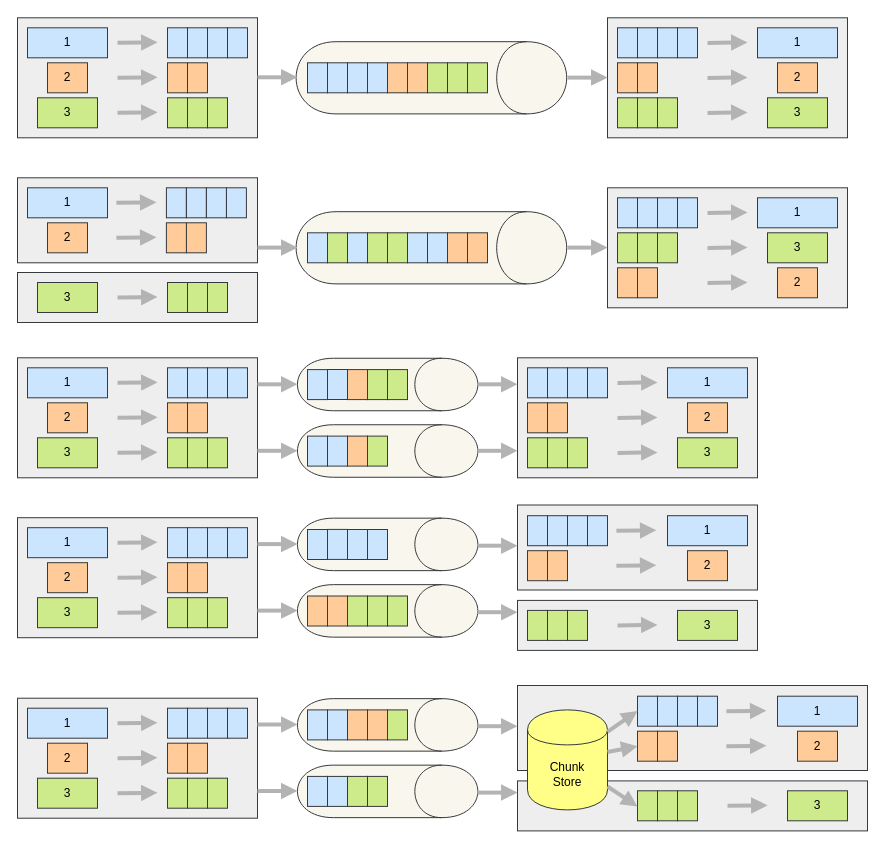
BEagle1984/silverback keeps this draw.io diagram as page "Chunking" (4 of 7) of docs/_docs/diagrams/silverback-usecases.drawio. Above is the earlier version. Source tidied: cells renumbered, new cells numbered last; positions are measured from the earlier drawing's top-left corner, leaving out a move shared by most shapes. Both pictures are drawn from the tidied source at 100%, with x=0, y=0 at pixel (17, -58).
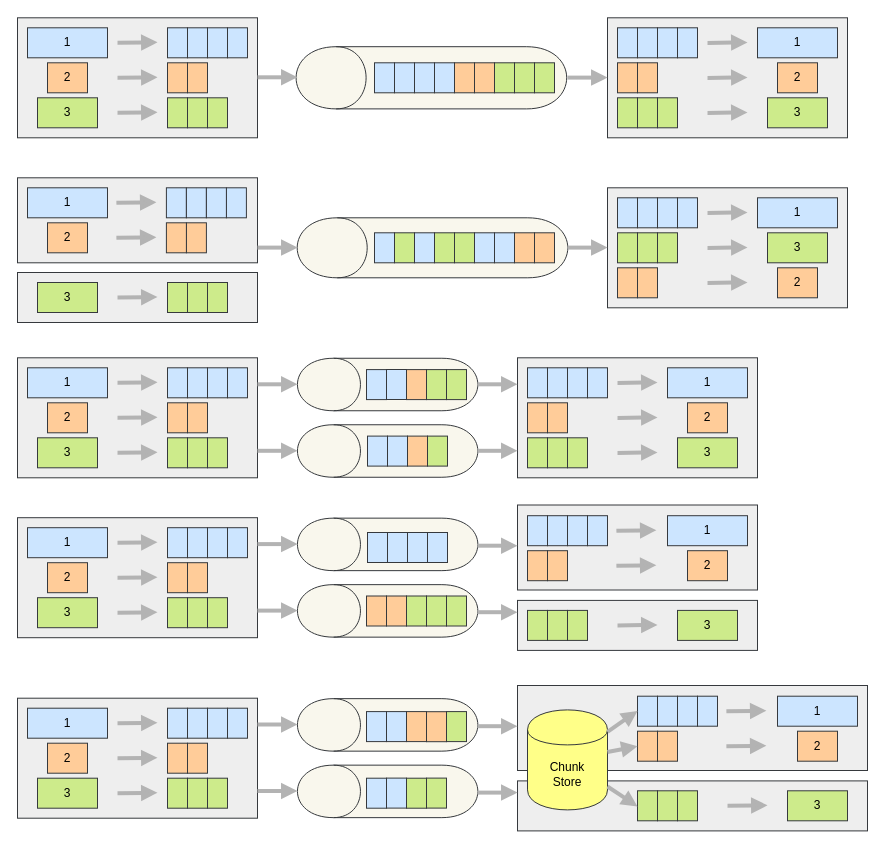
After the change.

Change to the diagram source:
```diff
@@
-    <mxCell id="9" style="shape=cylinder;whiteSpace=wrap;html=1;boundedLbl=1;backgroundOutline=1;rotation=90;fillColor=#f9f7ed;strokeColor=#36393d;" parent="1" vertex="1">
-      <mxGeometry x="377.8" width="72.2" height="270.6" as="geometry" />
+    <mxCell id="9" style="shape=cylinder;whiteSpace=wrap;html=1;boundedLbl=1;backgroundOutline=1;rotation=90;fillColor=#f9f7ed;strokeColor=#36393d;direction=west;" parent="1" vertex="1">
+      <mxGeometry x="382.8" width="62.2" height="270.6" as="geometry" />
     </mxCell>
@@
     <mxCell id="26" style="rounded=0;whiteSpace=wrap;html=1;fillColor=#cce5ff;strokeColor=#36393d;" parent="1" vertex="1">
-      <mxGeometry x="290" y="120.3" width="20" height="30" as="geometry" />
+      <mxGeometry x="357" y="120.3" width="20" height="30" as="geometry" />
     </mxCell>
     <mxCell id="27" style="rounded=0;whiteSpace=wrap;html=1;fillColor=#cce5ff;strokeColor=#36393d;" parent="1" vertex="1">
-      <mxGeometry x="350" y="120.3" width="20" height="30" as="geometry" />
+      <mxGeometry x="417" y="120.3" width="20" height="30" as="geometry" />
     </mxCell>
     <mxCell id="28" style="rounded=0;whiteSpace=wrap;html=1;fillColor=#cce5ff;strokeColor=#36393d;" parent="1" vertex="1">
-      <mxGeometry x="310" y="120.3" width="20" height="30" as="geometry" />
+      <mxGeometry x="377" y="120.3" width="20" height="30" as="geometry" />
     </mxCell>
     <mxCell id="29" style="rounded=0;whiteSpace=wrap;html=1;fillColor=#cce5ff;strokeColor=#36393d;" parent="1" vertex="1">
-      <mxGeometry x="330" y="120.3" width="20" height="30" as="geometry" />
+      <mxGeometry x="397" y="120.3" width="20" height="30" as="geometry" />
     </mxCell>
     <mxCell id="30" style="rounded=0;whiteSpace=wrap;html=1;fillColor=#ffcc99;strokeColor=#36393d;" parent="1" vertex="1">
-      <mxGeometry x="390" y="120.3" width="20" height="30" as="geometry" />
+      <mxGeometry x="457" y="120.3" width="20" height="30" as="geometry" />
     </mxCell>
     <mxCell id="31" style="rounded=0;whiteSpace=wrap;html=1;fillColor=#ffcc99;strokeColor=#36393d;" parent="1" vertex="1">
-      <mxGeometry x="370" y="120.3" width="20" height="30" as="geometry" />
+      <mxGeometry x="437" y="120.3" width="20" height="30" as="geometry" />
     </mxCell>
     <mxCell id="32" style="rounded=0;whiteSpace=wrap;html=1;fillColor=#cdeb8b;strokeColor=#36393d;" parent="1" vertex="1">
-      <mxGeometry x="410" y="120.3" width="20" height="30" as="geometry" />
+      <mxGeometry x="477" y="120.3" width="20" height="30" as="geometry" />
     </mxCell>
     <mxCell id="33" style="rounded=0;whiteSpace=wrap;html=1;fillColor=#cdeb8b;strokeColor=#36393d;" parent="1" vertex="1">
-      <mxGeometry x="430" y="120.3" width="20" height="30" as="geometry" />
+      <mxGeometry x="497" y="120.3" width="20" height="30" as="geometry" />
     </mxCell>
     <mxCell id="34" style="rounded=0;whiteSpace=wrap;html=1;fillColor=#cdeb8b;strokeColor=#36393d;" parent="1" vertex="1">
-      <mxGeometry x="450" y="120.3" width="20" height="30" as="geometry" />
+      <mxGeometry x="517" y="120.3" width="20" height="30" as="geometry" />
     </mxCell>
@@
-    <mxCell id="50" style="shape=cylinder;whiteSpace=wrap;html=1;boundedLbl=1;backgroundOutline=1;rotation=90;fillColor=#f9f7ed;strokeColor=#36393d;" parent="1" vertex="1">
-      <mxGeometry x="377.8" y="170" width="72.2" height="270.6" as="geometry" />
+    <mxCell id="50" style="shape=cylinder;whiteSpace=wrap;html=1;boundedLbl=1;backgroundOutline=1;rotation=90;fillColor=#f9f7ed;strokeColor=#36393d;direction=west;" parent="1" vertex="1">
+      <mxGeometry x="385" y="170" width="60" height="270.6" as="geometry" />
     </mxCell>
@@
     <mxCell id="66" style="rounded=0;whiteSpace=wrap;html=1;fillColor=#cce5ff;strokeColor=#36393d;" parent="1" vertex="1">
-      <mxGeometry x="290" y="290.3" width="20" height="30" as="geometry" />
+      <mxGeometry x="357" y="290.3" width="20" height="30" as="geometry" />
     </mxCell>
     <mxCell id="67" style="rounded=0;whiteSpace=wrap;html=1;fillColor=#cdeb8b;strokeColor=#36393d;" parent="1" vertex="1">
-      <mxGeometry x="350" y="290.3" width="20" height="30" as="geometry" />
+      <mxGeometry x="417" y="290.3" width="20" height="30" as="geometry" />
     </mxCell>
     <mxCell id="68" style="rounded=0;whiteSpace=wrap;html=1;fillColor=#cce5ff;strokeColor=#36393d;" parent="1" vertex="1">
-      <mxGeometry x="390" y="290.3" width="20" height="30" as="geometry" />
+      <mxGeometry x="457" y="290.3" width="20" height="30" as="geometry" />
     </mxCell>
     <mxCell id="69" style="rounded=0;whiteSpace=wrap;html=1;fillColor=#cce5ff;strokeColor=#36393d;" parent="1" vertex="1">
-      <mxGeometry x="330" y="290.3" width="20" height="30" as="geometry" />
+      <mxGeometry x="397" y="290.3" width="20" height="30" as="geometry" />
     </mxCell>
     <mxCell id="70" style="rounded=0;whiteSpace=wrap;html=1;fillColor=#cdeb8b;strokeColor=#36393d;" parent="1" vertex="1">
-      <mxGeometry x="370" y="290.3" width="20" height="30" as="geometry" />
+      <mxGeometry x="437" y="290.3" width="20" height="30" as="geometry" />
     </mxCell>
     <mxCell id="71" style="rounded=0;whiteSpace=wrap;html=1;fillColor=#cdeb8b;strokeColor=#36393d;" parent="1" vertex="1">
-      <mxGeometry x="310" y="290.3" width="20" height="30" as="geometry" />
+      <mxGeometry x="377" y="290.3" width="20" height="30" as="geometry" />
     </mxCell>
     <mxCell id="72" style="rounded=0;whiteSpace=wrap;html=1;fillColor=#cce5ff;strokeColor=#36393d;" parent="1" vertex="1">
-      <mxGeometry x="410" y="290.3" width="20" height="30" as="geometry" />
+      <mxGeometry x="477" y="290.3" width="20" height="30" as="geometry" />
     </mxCell>
     <mxCell id="73" style="rounded=0;whiteSpace=wrap;html=1;fillColor=#ffcc99;strokeColor=#36393d;" parent="1" vertex="1">
-      <mxGeometry x="430" y="290.3" width="20" height="30" as="geometry" />
+      <mxGeometry x="497" y="290.3" width="20" height="30" as="geometry" />
     </mxCell>
     <mxCell id="74" style="rounded=0;whiteSpace=wrap;html=1;fillColor=#ffcc99;strokeColor=#36393d;" parent="1" vertex="1">
-      <mxGeometry x="450" y="290.3" width="20" height="30" as="geometry" />
+      <mxGeometry x="517" y="290.3" width="20" height="30" as="geometry" />
     </mxCell>
@@
-    <mxCell id="106" style="shape=cylinder;whiteSpace=wrap;html=1;boundedLbl=1;backgroundOutline=1;rotation=90;fillColor=#f9f7ed;strokeColor=#36393d;" parent="1" vertex="1">
+    <mxCell id="106" style="shape=cylinder;whiteSpace=wrap;html=1;boundedLbl=1;backgroundOutline=1;rotation=90;fillColor=#f9f7ed;strokeColor=#36393d;direction=west;" parent="1" vertex="1">
       <mxGeometry x="343.9" y="351.8" width="52.5" height="180.4" as="geometry" />
     </mxCell>
     <mxCell id="107" style="rounded=0;whiteSpace=wrap;html=1;fillColor=#cce5ff;strokeColor=#36393d;" parent="1" vertex="1">
-      <mxGeometry x="290" y="427.1" width="20" height="30" as="geometry" />
+      <mxGeometry x="349" y="427.1" width="20" height="30" as="geometry" />
     </mxCell>
     <mxCell id="108" style="rounded=0;whiteSpace=wrap;html=1;fillColor=#cce5ff;strokeColor=#36393d;" parent="1" vertex="1">
-      <mxGeometry x="310" y="427" width="20" height="30" as="geometry" />
+      <mxGeometry x="369" y="427" width="20" height="30" as="geometry" />
     </mxCell>
     <mxCell id="109" style="rounded=0;whiteSpace=wrap;html=1;fillColor=#ffcc99;strokeColor=#36393d;" parent="1" vertex="1">
-      <mxGeometry x="330" y="427.1" width="20" height="30" as="geometry" />
+      <mxGeometry x="389" y="427.1" width="20" height="30" as="geometry" />
     </mxCell>
     <mxCell id="110" style="rounded=0;whiteSpace=wrap;html=1;fillColor=#cdeb8b;strokeColor=#36393d;" parent="1" vertex="1">
-      <mxGeometry x="350" y="427.1" width="20" height="30" as="geometry" />
+      <mxGeometry x="409" y="427.1" width="20" height="30" as="geometry" />
     </mxCell>
     <mxCell id="111" style="rounded=0;whiteSpace=wrap;html=1;fillColor=#cdeb8b;strokeColor=#36393d;" parent="1" vertex="1">
-      <mxGeometry x="370" y="427.1" width="20" height="30" as="geometry" />
+      <mxGeometry x="429" y="427.1" width="20" height="30" as="geometry" />
     </mxCell>
-    <mxCell id="112" style="shape=cylinder;whiteSpace=wrap;html=1;boundedLbl=1;backgroundOutline=1;rotation=90;fillColor=#f9f7ed;strokeColor=#36393d;" parent="1" vertex="1">
+    <mxCell id="112" style="shape=cylinder;whiteSpace=wrap;html=1;boundedLbl=1;backgroundOutline=1;rotation=90;fillColor=#f9f7ed;strokeColor=#36393d;direction=west;" parent="1" vertex="1">
       <mxGeometry x="343.9" y="418.3" width="52.5" height="180.4" as="geometry" />
     </mxCell>
     <mxCell id="113" style="rounded=0;whiteSpace=wrap;html=1;fillColor=#cce5ff;strokeColor=#36393d;" parent="1" vertex="1">
-      <mxGeometry x="290" y="493.6" width="20" height="30" as="geometry" />
+      <mxGeometry x="350" y="493.6" width="20" height="30" as="geometry" />
     </mxCell>
     <mxCell id="114" style="rounded=0;whiteSpace=wrap;html=1;fillColor=#cce5ff;strokeColor=#36393d;" parent="1" vertex="1">
-      <mxGeometry x="310" y="493.6" width="20" height="30" as="geometry" />
+      <mxGeometry x="370" y="493.6" width="20" height="30" as="geometry" />
     </mxCell>
     <mxCell id="115" style="rounded=0;whiteSpace=wrap;html=1;fillColor=#ffcc99;strokeColor=#36393d;" parent="1" vertex="1">
-      <mxGeometry x="330" y="493.6" width="20" height="30" as="geometry" />
+      <mxGeometry x="390" y="493.6" width="20" height="30" as="geometry" />
     </mxCell>
     <mxCell id="116" style="rounded=0;whiteSpace=wrap;html=1;fillColor=#cdeb8b;strokeColor=#36393d;" parent="1" vertex="1">
-      <mxGeometry x="350" y="493.6" width="20" height="30" as="geometry" />
+      <mxGeometry x="410" y="493.6" width="20" height="30" as="geometry" />
     </mxCell>
@@
-    <mxCell id="149" style="shape=cylinder;whiteSpace=wrap;html=1;boundedLbl=1;backgroundOutline=1;rotation=90;fillColor=#f9f7ed;strokeColor=#36393d;" parent="1" vertex="1">
+    <mxCell id="149" style="shape=cylinder;whiteSpace=wrap;html=1;boundedLbl=1;backgroundOutline=1;rotation=90;fillColor=#f9f7ed;strokeColor=#36393d;direction=west;" parent="1" vertex="1">
       <mxGeometry x="343.9" y="511.7" width="52.5" height="180.4" as="geometry" />
     </mxCell>
     <mxCell id="150" style="rounded=0;whiteSpace=wrap;html=1;fillColor=#cce5ff;strokeColor=#36393d;" parent="1" vertex="1">
-      <mxGeometry x="290" y="587" width="20" height="30" as="geometry" />
+      <mxGeometry x="350" y="590" width="20" height="30" as="geometry" />
     </mxCell>
     <mxCell id="151" style="rounded=0;whiteSpace=wrap;html=1;fillColor=#cce5ff;strokeColor=#36393d;" parent="1" vertex="1">
-      <mxGeometry x="310" y="586.9" width="20" height="30" as="geometry" />
+      <mxGeometry x="370" y="590" width="20" height="30" as="geometry" />
     </mxCell>
     <mxCell id="152" style="rounded=0;whiteSpace=wrap;html=1;fillColor=#cce5ff;strokeColor=#36393d;" parent="1" vertex="1">
-      <mxGeometry x="330" y="587" width="20" height="30" as="geometry" />
+      <mxGeometry x="390" y="590" width="20" height="30" as="geometry" />
     </mxCell>
     <mxCell id="153" style="rounded=0;whiteSpace=wrap;html=1;fillColor=#cce5ff;strokeColor=#36393d;" parent="1" vertex="1">
-      <mxGeometry x="350" y="587" width="20" height="30" as="geometry" />
+      <mxGeometry x="410" y="590" width="20" height="30" as="geometry" />
     </mxCell>
     <mxCell id="154" style="rounded=0;whiteSpace=wrap;html=1;fillColor=#cdeb8b;strokeColor=#36393d;" parent="1" vertex="1">
-      <mxGeometry x="370" y="653.5" width="20" height="30" as="geometry" />
+      <mxGeometry x="429" y="653.5" width="20" height="30" as="geometry" />
     </mxCell>
-    <mxCell id="155" style="shape=cylinder;whiteSpace=wrap;html=1;boundedLbl=1;backgroundOutline=1;rotation=90;fillColor=#f9f7ed;strokeColor=#36393d;" parent="1" vertex="1">
+    <mxCell id="155" style="shape=cylinder;whiteSpace=wrap;html=1;boundedLbl=1;backgroundOutline=1;rotation=90;fillColor=#f9f7ed;strokeColor=#36393d;direction=west;" parent="1" vertex="1">
       <mxGeometry x="343.9" y="578.2" width="52.5" height="180.4" as="geometry" />
     </mxCell>
     <mxCell id="156" style="rounded=0;whiteSpace=wrap;html=1;fillColor=#ffcc99;strokeColor=#36393d;" parent="1" vertex="1">
-      <mxGeometry x="290" y="653.5" width="20" height="30" as="geometry" />
+      <mxGeometry x="349" y="653.5" width="20" height="30" as="geometry" />
     </mxCell>
     <mxCell id="157" style="rounded=0;whiteSpace=wrap;html=1;fillColor=#ffcc99;strokeColor=#36393d;" parent="1" vertex="1">
-      <mxGeometry x="310" y="653.5" width="20" height="30" as="geometry" />
+      <mxGeometry x="369" y="653.5" width="20" height="30" as="geometry" />
     </mxCell>
     <mxCell id="158" style="rounded=0;whiteSpace=wrap;html=1;fillColor=#cdeb8b;strokeColor=#36393d;" parent="1" vertex="1">
-      <mxGeometry x="330" y="653.5" width="20" height="30" as="geometry" />
+      <mxGeometry x="389" y="653.5" width="20" height="30" as="geometry" />
     </mxCell>
     <mxCell id="159" style="rounded=0;whiteSpace=wrap;html=1;fillColor=#cdeb8b;strokeColor=#36393d;" parent="1" vertex="1">
-      <mxGeometry x="350" y="653.5" width="20" height="30" as="geometry" />
+      <mxGeometry x="409" y="653.5" width="20" height="30" as="geometry" />
     </mxCell>
@@
-    <mxCell id="204" style="shape=cylinder;whiteSpace=wrap;html=1;boundedLbl=1;backgroundOutline=1;rotation=90;fillColor=#f9f7ed;strokeColor=#36393d;" parent="1" vertex="1">
+    <mxCell id="204" style="shape=cylinder;whiteSpace=wrap;html=1;boundedLbl=1;backgroundOutline=1;rotation=90;fillColor=#f9f7ed;strokeColor=#36393d;direction=west;" parent="1" vertex="1">
       <mxGeometry x="343.9" y="692.2" width="52.5" height="180.4" as="geometry" />
     </mxCell>
     <mxCell id="205" style="rounded=0;whiteSpace=wrap;html=1;fillColor=#cce5ff;strokeColor=#36393d;" parent="1" vertex="1">
-      <mxGeometry x="290" y="767.4" width="20" height="30" as="geometry" />
+      <mxGeometry x="349" y="769.1" width="20" height="30" as="geometry" />
     </mxCell>
     <mxCell id="206" style="rounded=0;whiteSpace=wrap;html=1;fillColor=#cce5ff;strokeColor=#36393d;" parent="1" vertex="1">
-      <mxGeometry x="310" y="767.4" width="20" height="30" as="geometry" />
+      <mxGeometry x="369" y="769.1" width="20" height="30" as="geometry" />
     </mxCell>
     <mxCell id="207" style="rounded=0;whiteSpace=wrap;html=1;fillColor=#ffcc99;strokeColor=#36393d;" parent="1" vertex="1">
-      <mxGeometry x="330" y="767.4" width="20" height="30" as="geometry" />
+      <mxGeometry x="389" y="769.1" width="20" height="30" as="geometry" />
     </mxCell>
     <mxCell id="208" style="rounded=0;whiteSpace=wrap;html=1;fillColor=#ffcc99;strokeColor=#36393d;" parent="1" vertex="1">
-      <mxGeometry x="350" y="767.4" width="20" height="30" as="geometry" />
+      <mxGeometry x="409" y="769.2" width="20" height="30" as="geometry" />
     </mxCell>
     <mxCell id="209" style="rounded=0;whiteSpace=wrap;html=1;fillColor=#cdeb8b;strokeColor=#36393d;" parent="1" vertex="1">
-      <mxGeometry x="370" y="833.9" width="20" height="30" as="geometry" />
+      <mxGeometry x="429" y="835.7" width="20" height="30" as="geometry" />
     </mxCell>
-    <mxCell id="210" style="shape=cylinder;whiteSpace=wrap;html=1;boundedLbl=1;backgroundOutline=1;rotation=90;fillColor=#f9f7ed;strokeColor=#36393d;" parent="1" vertex="1">
+    <mxCell id="210" style="shape=cylinder;whiteSpace=wrap;html=1;boundedLbl=1;backgroundOutline=1;rotation=90;fillColor=#f9f7ed;strokeColor=#36393d;direction=west;" parent="1" vertex="1">
       <mxGeometry x="343.9" y="758.7" width="52.5" height="180.4" as="geometry" />
     </mxCell>
     <mxCell id="211" style="rounded=0;whiteSpace=wrap;html=1;fillColor=#cce5ff;strokeColor=#36393d;" parent="1" vertex="1">
-      <mxGeometry x="290" y="833.9" width="20" height="30" as="geometry" />
+      <mxGeometry x="349" y="835.7" width="20" height="30" as="geometry" />
     </mxCell>
     <mxCell id="212" style="rounded=0;whiteSpace=wrap;html=1;fillColor=#cce5ff;strokeColor=#36393d;" parent="1" vertex="1">
-      <mxGeometry x="310" y="833.9" width="20" height="30" as="geometry" />
+      <mxGeometry x="369" y="835.6" width="20" height="30" as="geometry" />
     </mxCell>
     <mxCell id="213" style="rounded=0;whiteSpace=wrap;html=1;fillColor=#cdeb8b;strokeColor=#36393d;" parent="1" vertex="1">
-      <mxGeometry x="330" y="833.9" width="20" height="30" as="geometry" />
+      <mxGeometry x="389" y="835.7" width="20" height="30" as="geometry" />
     </mxCell>
     <mxCell id="214" style="rounded=0;whiteSpace=wrap;html=1;fillColor=#cdeb8b;strokeColor=#36393d;" parent="1" vertex="1">
-      <mxGeometry x="350" y="833.9" width="20" height="30" as="geometry" />
+      <mxGeometry x="409" y="835.6" width="20" height="30" as="geometry" />
     </mxCell>
@@
     <mxCell id="234" style="rounded=0;whiteSpace=wrap;html=1;fillColor=#cdeb8b;strokeColor=#36393d;" parent="1" vertex="1">
-      <mxGeometry x="370" y="653.5" width="20" height="30" as="geometry" />
+      <mxGeometry x="429" y="653.5" width="20" height="30" as="geometry" />
     </mxCell>
     <mxCell id="235" style="rounded=0;whiteSpace=wrap;html=1;fillColor=#cdeb8b;strokeColor=#36393d;" parent="1" vertex="1">
-      <mxGeometry x="370" y="767.4" width="20" height="30" as="geometry" />
+      <mxGeometry x="429" y="769.1" width="20" height="30" as="geometry" />
     </mxCell>
```
